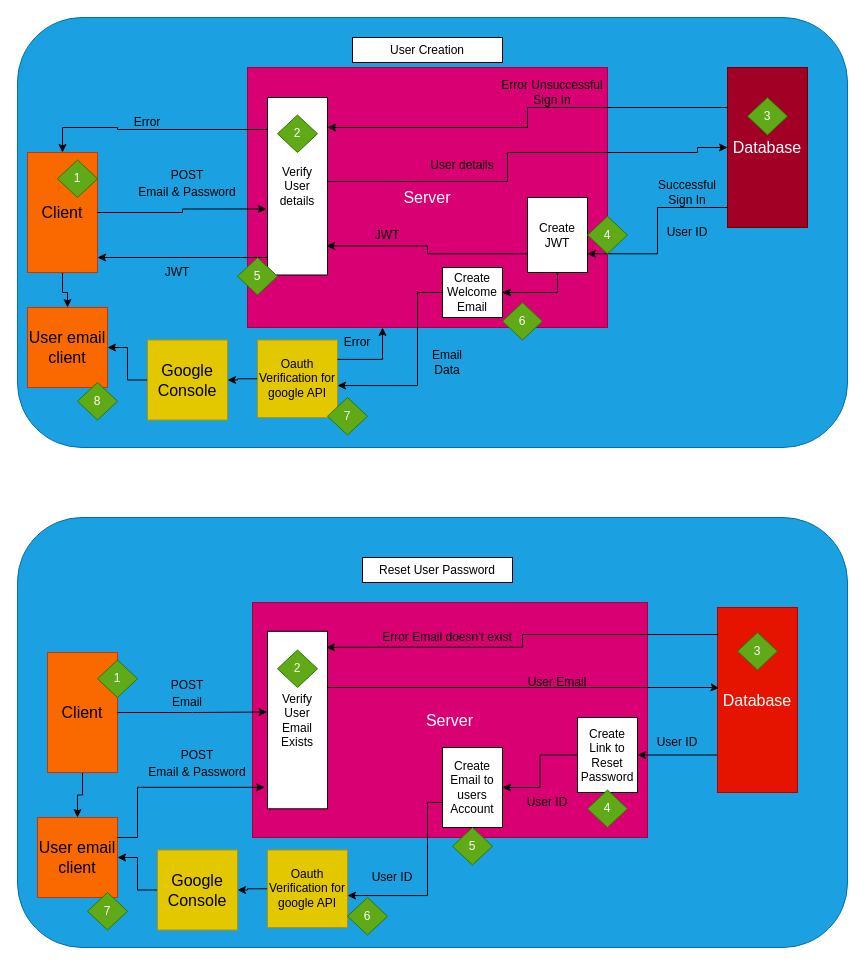
The draw.io diagram docs/User Creation Sequence Diagram.drawio in Bendavies96/T3A2-full-stack-app-part-a, before the edit. Source tidied: cells renumbered, new cells numbered last; positions are measured from the earlier drawing's top-left corner, leaving out a move shared by most shapes. Both pictures are drawn from the tidied source at 100%, with x=0, y=0 at pixel (17, 17).
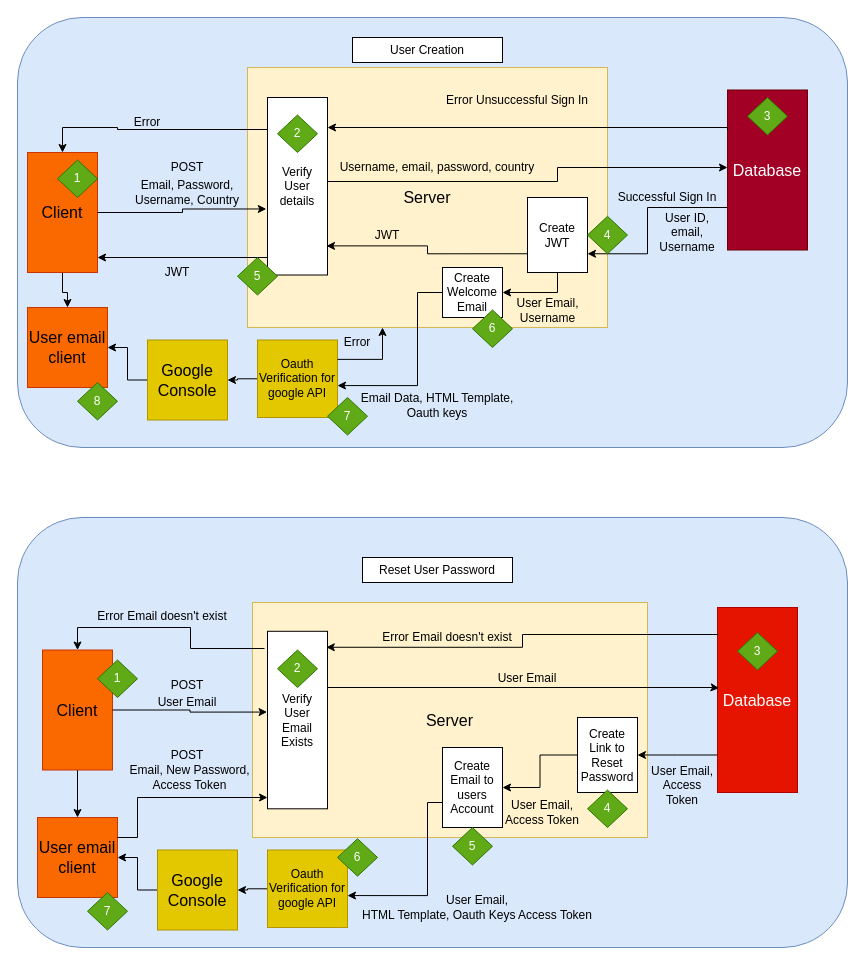
After the change.

The change refers to these unchanged cells:
```xml
<mxCell id="11" value="Verify User details" style="rounded=0;whiteSpace=wrap;html=1;" parent="1" vertex="1">
  <mxGeometry x="250" y="80" width="60" height="177.5" as="geometry" />
</mxCell>
<mxCell id="13" value="Create JWT" style="rounded=0;whiteSpace=wrap;html=1;" parent="1" vertex="1">
  <mxGeometry x="510" y="180" width="60" height="75" as="geometry" />
</mxCell>
<mxCell id="56" value="&lt;span style=&quot;font-size: 16px;&quot;&gt;User email client&lt;/span&gt;" style="rounded=0;whiteSpace=wrap;html=1;fillColor=#fa6800;strokeColor=#C73500;fontColor=#000000;" parent="1" vertex="1">
  <mxGeometry x="20" y="800" width="80" height="80" as="geometry" />
</mxCell>
<mxCell id="62" value="Verify User Email Exists" style="rounded=0;whiteSpace=wrap;html=1;" parent="1" vertex="1">
  <mxGeometry x="250" y="613.8" width="60" height="177.5" as="geometry" />
</mxCell>
```

The edit, as a diff of the source:
```diff
@@
-    <mxCell id="2" style="rounded=1;whiteSpace=wrap;html=1;fillColor=#1ba1e2;strokeColor=#006EAF;fontColor=#ffffff;" parent="1" vertex="1">
+    <mxCell id="2" style="rounded=1;whiteSpace=wrap;html=1;fillColor=#dae8fc;strokeColor=#6c8ebf;" parent="1" vertex="1">
       <mxGeometry width="830" height="430" as="geometry" />
     </mxCell>
-    <mxCell id="3" value="&lt;span style=&quot;font-size: 16px;&quot;&gt;Server&lt;/span&gt;" style="rounded=0;whiteSpace=wrap;html=1;fillColor=#d80073;strokeColor=#A50040;fontColor=#ffffff;" parent="1" vertex="1">
+    <mxCell id="3" value="&lt;span style=&quot;font-size: 16px;&quot;&gt;Server&lt;/span&gt;" style="rounded=0;whiteSpace=wrap;html=1;fillColor=#fff2cc;strokeColor=#d6b656;" parent="1" vertex="1">
       <mxGeometry x="230" y="50" width="360" height="260" as="geometry" />
     </mxCell>
@@
     <mxCell id="7" style="edgeStyle=orthogonalEdgeStyle;rounded=0;jettySize=auto;html=1;exitX=0;exitY=0.75;exitDx=0;exitDy=0;entryX=1;entryY=0.75;entryDx=0;entryDy=0;" parent="1" edge="1" source="8" target="13">
       <mxGeometry relative="1" as="geometry">
         <Array as="points">
           <mxPoint x="710" y="190" />
-          <mxPoint x="640" y="190" />
-          <mxPoint x="640" y="236" />
+          <mxPoint x="630" y="190" />
+          <mxPoint x="630" y="236" />
         </Array>
       </mxGeometry>
     </mxCell>
     <mxCell id="8" value="&lt;span style=&quot;font-size: 16px;&quot;&gt;Database&lt;/span&gt;" style="rounded=0;whiteSpace=wrap;html=1;fillColor=#a20025;strokeColor=#6F0000;fontColor=#ffffff;" parent="1" vertex="1">
-      <mxGeometry x="710" y="50" width="80" height="160" as="geometry" />
+      <mxGeometry x="710" y="72.5" width="80" height="160" as="geometry" />
     </mxCell>
-    <mxCell id="9" style="edgeStyle=orthogonalEdgeStyle;rounded=0;jettySize=auto;html=1;exitX=1;exitY=0.25;exitDx=0;exitDy=0;entryX=0;entryY=0.5;entryDx=0;entryDy=0;" parent="1" edge="1" source="11" target="8">
+    <mxCell id="9" style="edgeStyle=orthogonalEdgeStyle;rounded=0;jettySize=auto;html=1;exitX=1;exitY=0.25;exitDx=0;exitDy=0;" parent="1" edge="1" source="11">
       <mxGeometry relative="1" as="geometry">
+        <mxPoint x="710" y="150" as="targetPoint" />
         <Array as="points">
           <mxPoint x="310" y="164" />
-          <mxPoint x="490" y="164" />
-          <mxPoint x="490" y="135" />
-          <mxPoint x="680" y="135" />
-          <mxPoint x="680" y="130" />
+          <mxPoint x="540" y="164" />
+          <mxPoint x="540" y="150" />
+          <mxPoint x="710" y="150" />
         </Array>
       </mxGeometry>
     </mxCell>
@@
     <mxCell id="14" value="POST" style="text;html=1;align=center;verticalAlign=middle;whiteSpace=wrap;rounded=0;" parent="1" vertex="1">
-      <mxGeometry x="140" y="142.5" width="60" height="30" as="geometry" />
+      <mxGeometry x="140" y="135" width="60" height="30" as="geometry" />
     </mxCell>
-    <mxCell id="15" value="Email &amp;amp; Password" style="text;html=1;align=center;verticalAlign=middle;whiteSpace=wrap;rounded=0;" parent="1" vertex="1">
+    <mxCell id="15" value="Email, Password, Username, Country" style="text;html=1;align=center;verticalAlign=middle;whiteSpace=wrap;rounded=0;" parent="1" vertex="1">
       <mxGeometry x="115" y="160" width="110" height="30" as="geometry" />
     </mxCell>
@@
-    <mxCell id="19" value="User details" style="text;html=1;align=center;verticalAlign=middle;whiteSpace=wrap;rounded=0;" parent="1" vertex="1">
-      <mxGeometry x="390" y="132.5" width="110" height="30" as="geometry" />
+    <mxCell id="19" value="Username, email, password, country" style="text;html=1;align=center;verticalAlign=middle;whiteSpace=wrap;rounded=0;" parent="1" vertex="1">
+      <mxGeometry x="300" y="135" width="240" height="30" as="geometry" />
     </mxCell>
@@
-    <mxCell id="33" value="Email Data" style="text;html=1;align=center;verticalAlign=middle;whiteSpace=wrap;rounded=0;" parent="1" vertex="1">
-      <mxGeometry x="400" y="330" width="60" height="30" as="geometry" />
+    <mxCell id="33" value="Email Data, HTML Template, Oauth keys" style="text;html=1;align=center;verticalAlign=middle;whiteSpace=wrap;rounded=0;" parent="1" vertex="1">
+      <mxGeometry x="325" y="372.5" width="190" height="30" as="geometry" />
     </mxCell>
-    <mxCell id="34" value="User ID" style="text;html=1;align=center;verticalAlign=middle;whiteSpace=wrap;rounded=0;" parent="1" vertex="1">
+    <mxCell id="34" value="User ID, email, Username" style="text;html=1;align=center;verticalAlign=middle;whiteSpace=wrap;rounded=0;" parent="1" vertex="1">
       <mxGeometry x="640" y="200" width="60" height="30" as="geometry" />
     </mxCell>
@@
     <mxCell id="37" value="6" style="rhombus;whiteSpace=wrap;html=1;fillColor=#60a917;strokeColor=#2D7600;fontColor=#ffffff;" parent="1" vertex="1">
-      <mxGeometry x="485" y="285" width="40" height="37.5" as="geometry" />
+      <mxGeometry x="455" y="292.5" width="40" height="37.5" as="geometry" />
     </mxCell>
@@
     <mxCell id="41" value="Successful Sign In" style="text;html=1;align=center;verticalAlign=middle;whiteSpace=wrap;rounded=0;" parent="1" vertex="1">
-      <mxGeometry x="640" y="160" width="60" height="30" as="geometry" />
+      <mxGeometry x="530" y="165" width="240" height="30" as="geometry" />
     </mxCell>
     <mxCell id="42" style="edgeStyle=orthogonalEdgeStyle;rounded=0;jettySize=auto;html=1;exitX=0;exitY=0.25;exitDx=0;exitDy=0;entryX=1;entryY=0.169;entryDx=0;entryDy=0;entryPerimeter=0;" parent="1" edge="1" source="8" target="11">
-      <mxGeometry relative="1" as="geometry" />
+      <mxGeometry relative="1" as="geometry">
+        <Array as="points">
+          <mxPoint x="710" y="110" />
+        </Array>
+      </mxGeometry>
     </mxCell>
     <mxCell id="43" value="Error Unsuccessful Sign In" style="text;html=1;align=center;verticalAlign=middle;whiteSpace=wrap;rounded=0;" parent="1" vertex="1">
-      <mxGeometry x="480" y="60" width="110" height="30" as="geometry" />
+      <mxGeometry x="405" y="67.5" width="190" height="30" as="geometry" />
     </mxCell>
@@
-    <mxCell id="45" style="rounded=1;whiteSpace=wrap;html=1;fillColor=#1ba1e2;strokeColor=#006EAF;fontColor=#ffffff;" parent="1" vertex="1">
+    <mxCell id="45" style="rounded=1;whiteSpace=wrap;html=1;fillColor=#dae8fc;strokeColor=#6c8ebf;" parent="1" vertex="1">
       <mxGeometry y="500" width="830" height="430" as="geometry" />
     </mxCell>
-    <mxCell id="46" value="&lt;span style=&quot;font-size: 16px;&quot;&gt;Server&lt;/span&gt;" style="rounded=0;whiteSpace=wrap;html=1;fillColor=#d80073;strokeColor=#A50040;fontColor=#ffffff;" parent="1" vertex="1">
+    <mxCell id="46" value="&lt;span style=&quot;font-size: 16px;&quot;&gt;Server&lt;/span&gt;" style="rounded=0;whiteSpace=wrap;html=1;fillColor=#fff2cc;strokeColor=#d6b656;" parent="1" vertex="1">
       <mxGeometry x="235" y="585" width="395" height="235" as="geometry" />
     </mxCell>
@@
     <mxCell id="48" value="&lt;span style=&quot;font-size: 16px;&quot;&gt;Client&lt;/span&gt;" style="rounded=0;whiteSpace=wrap;html=1;fillColor=#fa6800;strokeColor=#C73500;fontColor=#000000;" parent="1" vertex="1">
-      <mxGeometry x="30" y="635" width="70" height="120" as="geometry" />
+      <mxGeometry x="25" y="632.5" width="70" height="120" as="geometry" />
     </mxCell>
@@
+    <mxCell id="82" style="edgeStyle=orthogonalEdgeStyle;rounded=0;jettySize=auto;html=1;exitX=-0.05;exitY=0.097;exitDx=0;exitDy=0;entryX=0.5;entryY=0;entryDx=0;entryDy=0;exitPerimeter=0;" parent="1" edge="1" source="62" target="48">
+      <mxGeometry relative="1" as="geometry">
+        <Array as="points">
+          <mxPoint x="173" y="631" />
+          <mxPoint x="173" y="610" />
+          <mxPoint x="60" y="610" />
+        </Array>
+      </mxGeometry>
+    </mxCell>
@@
-    <mxCell id="65" value="Email" style="text;html=1;align=center;verticalAlign=middle;whiteSpace=wrap;rounded=0;" parent="1" vertex="1">
+    <mxCell id="65" value="User Email" style="text;html=1;align=center;verticalAlign=middle;whiteSpace=wrap;rounded=0;" parent="1" vertex="1">
       <mxGeometry x="115" y="670" width="110" height="30" as="geometry" />
     </mxCell>
     <mxCell id="66" value="User Email" style="text;html=1;align=center;verticalAlign=middle;whiteSpace=wrap;rounded=0;" parent="1" vertex="1">
-      <mxGeometry x="485" y="650" width="110" height="30" as="geometry" />
+      <mxGeometry x="455" y="646.2" width="110" height="30" as="geometry" />
     </mxCell>
@@
-    <mxCell id="70" value="User ID" style="text;html=1;align=center;verticalAlign=middle;whiteSpace=wrap;rounded=0;" parent="1" vertex="1">
-      <mxGeometry x="630" y="710" width="60" height="30" as="geometry" />
+    <mxCell id="70" value="User Email, Access Token" style="text;html=1;align=center;verticalAlign=middle;whiteSpace=wrap;rounded=0;" parent="1" vertex="1">
+      <mxGeometry x="630" y="752.5" width="70" height="30" as="geometry" />
     </mxCell>
-    <mxCell id="71" value="User ID" style="text;html=1;align=center;verticalAlign=middle;whiteSpace=wrap;rounded=0;" parent="1" vertex="1">
-      <mxGeometry x="500" y="770" width="60" height="30" as="geometry" />
+    <mxCell id="71" value="User Email, Access Token" style="text;html=1;align=center;verticalAlign=middle;whiteSpace=wrap;rounded=0;" parent="1" vertex="1">
+      <mxGeometry x="480" y="780" width="90" height="30" as="geometry" />
     </mxCell>
-    <mxCell id="72" value="User ID" style="text;html=1;align=center;verticalAlign=middle;whiteSpace=wrap;rounded=0;" parent="1" vertex="1">
-      <mxGeometry x="345" y="845" width="60" height="30" as="geometry" />
-    </mxCell>
     <mxCell id="73" value="POST" style="text;html=1;align=center;verticalAlign=middle;whiteSpace=wrap;rounded=0;" parent="1" vertex="1">
-      <mxGeometry x="150" y="722.5" width="60" height="30" as="geometry" />
+      <mxGeometry x="140" y="722.5" width="60" height="30" as="geometry" />
     </mxCell>
-    <mxCell id="74" value="Email &amp;amp; Password" style="text;html=1;align=center;verticalAlign=middle;whiteSpace=wrap;rounded=0;" parent="1" vertex="1">
-      <mxGeometry x="125" y="740" width="110" height="30" as="geometry" />
+    <mxCell id="74" value="Email, New Password, Access Token" style="text;html=1;align=center;verticalAlign=middle;whiteSpace=wrap;rounded=0;" parent="1" vertex="1">
+      <mxGeometry x="95" y="745" width="155" height="30" as="geometry" />
     </mxCell>
-    <mxCell id="75" style="edgeStyle=orthogonalEdgeStyle;rounded=0;jettySize=auto;html=1;exitX=1;exitY=0.25;exitDx=0;exitDy=0;entryX=-0.047;entryY=0.879;entryDx=0;entryDy=0;entryPerimeter=0;" parent="1" edge="1" source="56" target="62">
+    <mxCell id="75" style="edgeStyle=orthogonalEdgeStyle;rounded=0;jettySize=auto;html=1;exitX=1;exitY=0.25;exitDx=0;exitDy=0;" parent="1" edge="1" source="56">
       <mxGeometry relative="1" as="geometry">
+        <mxPoint x="250" y="780" as="targetPoint" />
         <Array as="points">
           <mxPoint x="120" y="820" />
-          <mxPoint x="120" y="770" />
+          <mxPoint x="120" y="780" />
+          <mxPoint x="247" y="780" />
         </Array>
       </mxGeometry>
     </mxCell>
@@
     <mxCell id="81" value="6" style="rhombus;whiteSpace=wrap;html=1;fillColor=#60a917;strokeColor=#2D7600;fontColor=#ffffff;" parent="1" vertex="1">
-      <mxGeometry x="330" y="880" width="40" height="37.5" as="geometry" />
+      <mxGeometry x="320" y="821.2" width="40" height="37.5" as="geometry" />
     </mxCell>
+    <mxCell id="83" value="User Email, Username" style="text;html=1;align=center;verticalAlign=middle;whiteSpace=wrap;rounded=0;" parent="1" vertex="1">
+      <mxGeometry x="482.5" y="277.5" width="95" height="30" as="geometry" />
+    </mxCell>
+    <mxCell id="84" style="edgeStyle=orthogonalEdgeStyle;rounded=0;orthogonalLoop=1;jettySize=auto;html=1;exitX=0.5;exitY=1;exitDx=0;exitDy=0;" parent="1" edge="1" source="83" target="83">
+      <mxGeometry relative="1" as="geometry" />
+    </mxCell>
+    <mxCell id="85" value="User Email,&lt;div&gt;HTML Template, Oauth Keys Access Token&lt;/div&gt;" style="text;html=1;align=center;verticalAlign=middle;whiteSpace=wrap;rounded=0;" parent="1" vertex="1">
+      <mxGeometry x="330" y="875" width="260" height="30" as="geometry" />
+    </mxCell>
+    <mxCell id="86" value="Error Email doesn't exist" style="text;html=1;align=center;verticalAlign=middle;whiteSpace=wrap;rounded=0;" parent="1" vertex="1">
+      <mxGeometry x="60" y="583.8" width="170" height="30" as="geometry" />
+    </mxCell>
```
